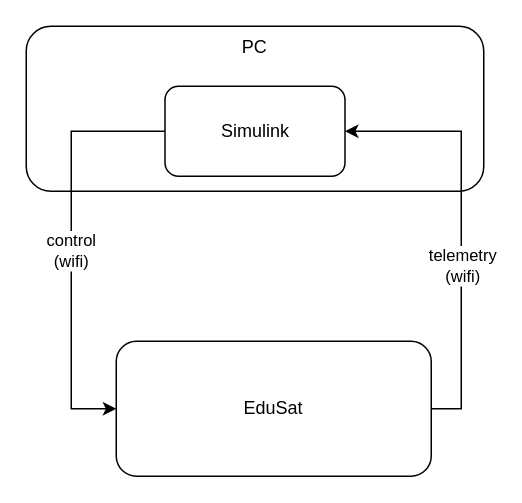
This is CubeSat3course.drawio from JanThoemel/drawIO, a draw.io file, before an edit. Source tidied: cells renumbered, new cells numbered last; positions are measured from the earlier drawing's top-left corner, leaving out a move shared by most shapes. Both pictures are drawn from the tidied source at 150%, with x=0, y=0 at pixel (26, 26).
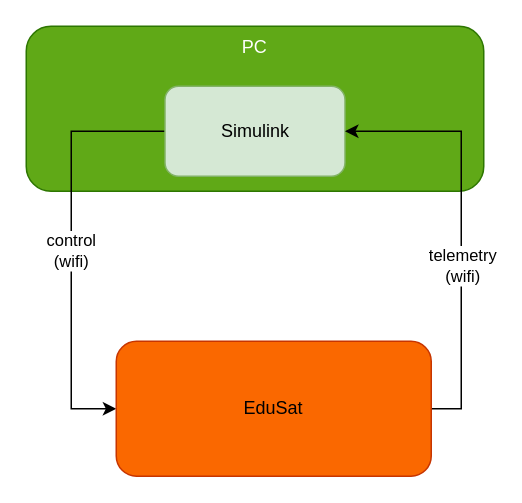
After the change.

What changed in the source:
```diff
@@
 <mxGraphModel>
   <root>
     <mxCell id="0" />
     <mxCell id="1" parent="0" />
-    <mxCell id="2" value="PC" style="rounded=1;whiteSpace=wrap;html=1;verticalAlign=top;align=center;" parent="1" vertex="1">
+    <mxCell id="2" value="PC" style="rounded=1;whiteSpace=wrap;html=1;verticalAlign=top;align=center;fillColor=#60a917;strokeColor=#2D7600;fontColor=#ffffff;" parent="1" vertex="1">
       <mxGeometry width="305" height="110" as="geometry" />
     </mxCell>
     <mxCell id="3" style="edgeStyle=orthogonalEdgeStyle;rounded=0;jettySize=auto;html=1;exitX=0;exitY=0.5;exitDx=0;exitDy=0;entryX=0;entryY=0.5;entryDx=0;entryDy=0;" parent="1" edge="1" source="5" target="8">
       <mxGeometry relative="1" as="geometry">
         <Array as="points">
           <mxPoint x="30" y="70" />
           <mxPoint x="30" y="255" />
         </Array>
       </mxGeometry>
     </mxCell>
     <mxCell id="4" value="control&lt;br&gt;(wifi)" style="edgeLabel;html=1;align=center;verticalAlign=middle;" parent="3" vertex="1">
       <mxGeometry x="0.02" y="-2" relative="1" as="geometry">
         <mxPoint x="1" as="offset" />
       </mxGeometry>
     </mxCell>
-    <mxCell id="5" value="Simulink" style="rounded=1;whiteSpace=wrap;html=1;" parent="1" vertex="1">
+    <mxCell id="5" value="Simulink" style="rounded=1;whiteSpace=wrap;html=1;fillColor=#d5e8d4;strokeColor=#82b366;" parent="1" vertex="1">
       <mxGeometry x="92.5" y="40" width="120" height="60" as="geometry" />
     </mxCell>
     <mxCell id="6" style="edgeStyle=orthogonalEdgeStyle;rounded=0;jettySize=auto;html=1;entryX=1;entryY=0.5;entryDx=0;entryDy=0;exitX=1;exitY=0.5;exitDx=0;exitDy=0;" parent="1" edge="1" source="8" target="5">
       <mxGeometry relative="1" as="geometry" />
     </mxCell>
     <mxCell id="7" value="telemetry&lt;br&gt;(wifi)" style="edgeLabel;html=1;align=center;verticalAlign=middle;" parent="6" vertex="1">
       <mxGeometry x="-0.18" relative="1" as="geometry" />
     </mxCell>
-    <mxCell id="8" value="EduSat" style="rounded=1;whiteSpace=wrap;html=1;" parent="1" vertex="1">
+    <mxCell id="8" value="EduSat" style="rounded=1;whiteSpace=wrap;html=1;fillColor=#fa6800;fontColor=#000000;strokeColor=#C73500;" parent="1" vertex="1">
       <mxGeometry x="60" y="210" width="210" height="90" as="geometry" />
     </mxCell>
   </root>
 </mxGraphModel>
```
